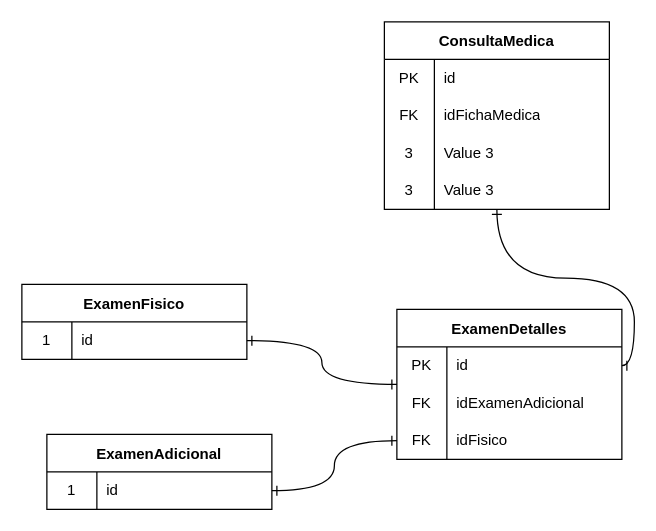
Earlier version of the draw.io diagram page "ConsultaMedica" (3 of 4) of src/main/resources/com/project/UI/views/protitypes/relationTables.drawio (kevinStevenLC/consulmed_system). Source tidied: cells renumbered, new cells numbered last; positions are measured from the earlier drawing's top-left corner, leaving out a move shared by most shapes. Both pictures are drawn from the tidied source at 125%, with x=0, y=0 at pixel (21, 21).
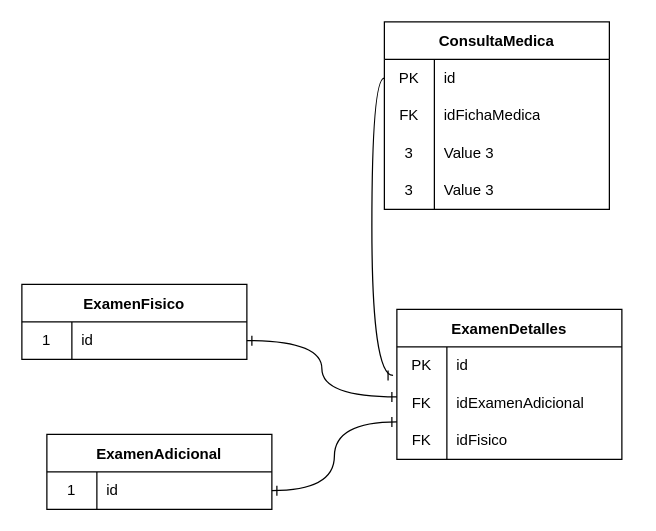
After the change.

Unchanged cells that the change refers to:
```xml
<mxCell id="3" value="ConsultaMedica" style="shape=table;startSize=30;childLayout=tableLayout;rowLines=0;fontStyle=1;" parent="1" vertex="1">
  <mxGeometry x="290" width="180" height="150" as="geometry" />
</mxCell>
<mxCell id="4" style="shape=tableRow;horizontal=0;startSize=0;swimlaneHead=0;swimlaneBody=0;top=0;left=0;bottom=0;right=0;fillColor=none;points=[[0,0.5],[1,0.5]];portConstraint=eastwest;" parent="3" vertex="1">
  <mxGeometry y="30" width="180" height="30" as="geometry" />
</mxCell>
<mxCell id="17" style="shape=tableRow;horizontal=0;startSize=0;swimlaneHead=0;swimlaneBody=0;top=0;left=0;bottom=0;right=0;fillColor=none;points=[[0,0.5],[1,0.5]];portConstraint=eastwest;" parent="16" vertex="1">
  <mxGeometry y="30" width="180" height="30" as="geometry" />
</mxCell>
<mxCell id="21" style="shape=tableRow;horizontal=0;startSize=0;swimlaneHead=0;swimlaneBody=0;top=0;left=0;bottom=0;right=0;fillColor=none;points=[[0,0.5],[1,0.5]];portConstraint=eastwest;" parent="20" vertex="1">
  <mxGeometry y="30" width="180" height="30" as="geometry" />
</mxCell>
<mxCell id="25" value="ExamenDetalles" style="shape=table;startSize=30;childLayout=tableLayout;rowLines=0;fontStyle=1;" parent="1" vertex="1">
  <mxGeometry x="300" y="230" width="180" height="120" as="geometry" />
</mxCell>
<mxCell id="26" style="shape=tableRow;horizontal=0;startSize=0;swimlaneHead=0;swimlaneBody=0;top=0;left=0;bottom=0;right=0;fillColor=none;points=[[0,0.5],[1,0.5]];portConstraint=eastwest;" parent="25" vertex="1">
  <mxGeometry y="30" width="180" height="30" as="geometry" />
</mxCell>
<mxCell id="32" style="shape=tableRow;horizontal=0;startSize=0;swimlaneHead=0;swimlaneBody=0;top=0;left=0;bottom=0;right=0;fillColor=none;points=[[0,0.5],[1,0.5]];portConstraint=eastwest;" parent="25" vertex="1">
  <mxGeometry y="90" width="180" height="30" as="geometry" />
</mxCell>
```

Change to the diagram source:
```diff
@@
-    <mxCell id="2" style="edgeStyle=orthogonalEdgeStyle;curved=1;html=1;entryX=1;entryY=0.5;entryDx=0;entryDy=0;startArrow=ERone;startFill=0;endArrow=ERone;endFill=0;" parent="1" edge="1" source="3" target="26">
-      <mxGeometry relative="1" as="geometry" />
-    </mxCell>
@@
     <mxCell id="24" style="edgeStyle=orthogonalEdgeStyle;curved=1;html=1;entryX=1;entryY=0.5;entryDx=0;entryDy=0;startArrow=ERone;startFill=0;endArrow=ERone;endFill=0;" parent="1" edge="1" source="25" target="21">
-      <mxGeometry relative="1" as="geometry" />
+      <mxGeometry relative="1" as="geometry">
+        <Array as="points">
+          <mxPoint x="240" y="300" />
+          <mxPoint x="240" y="255" />
+        </Array>
+      </mxGeometry>
     </mxCell>
@@
     <mxCell id="35" style="edgeStyle=orthogonalEdgeStyle;curved=1;html=1;startArrow=ERone;startFill=0;endArrow=ERone;endFill=0;" parent="1" edge="1" source="32" target="17">
-      <mxGeometry relative="1" as="geometry" />
+      <mxGeometry relative="1" as="geometry">
+        <Array as="points">
+          <mxPoint x="250" y="320" />
+          <mxPoint x="250" y="375" />
+        </Array>
+      </mxGeometry>
     </mxCell>
+    <mxCell id="36" style="edgeStyle=orthogonalEdgeStyle;html=1;entryX=-0.017;entryY=0.762;entryDx=0;entryDy=0;entryPerimeter=0;exitX=0;exitY=0.5;exitDx=0;exitDy=0;curved=1;endArrow=ERone;endFill=0;" parent="1" edge="1" source="4" target="26">
+      <mxGeometry relative="1" as="geometry" />
+    </mxCell>
```
